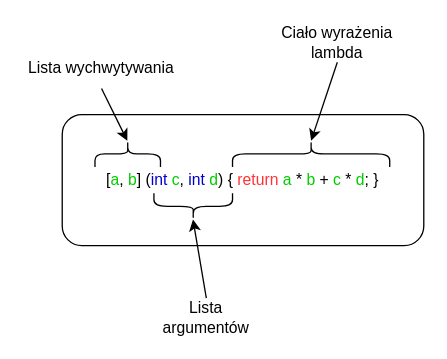
Earlier version of the draw.io diagram page "Strona-1" (1 of 3) of static/img/tutorials/course/intermediate/lambdas/Lambdas_pl.drawio (Cpp4You/CppLangNet). Source tidied: cells renumbered, new cells numbered last; positions are measured from the earlier drawing's top-left corner, leaving out a move shared by most shapes. Both pictures are drawn from the tidied source at 131%, with x=0, y=0 at pixel (22, 22).
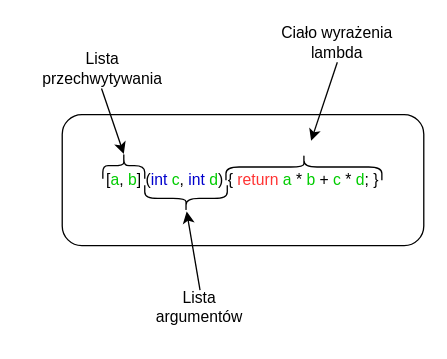
Above is the later version.

Change to the diagram source:
```diff
@@
 <mxGraphModel>
   <root>
     <mxCell id="0" />
     <mxCell id="1" parent="0" />
     <mxCell id="2" value="[&lt;font color=&quot;#00cc00&quot;&gt;a&lt;/font&gt;, &lt;font color=&quot;#00cc00&quot;&gt;b&lt;/font&gt;] (&lt;font color=&quot;#0000cc&quot;&gt;int&lt;/font&gt; &lt;font color=&quot;#00cc00&quot;&gt;c&lt;/font&gt;, &lt;font color=&quot;#0000cc&quot;&gt;int&lt;/font&gt; &lt;font color=&quot;#00cc00&quot;&gt;d&lt;/font&gt;) { &lt;font color=&quot;#ff3333&quot;&gt;return&lt;/font&gt; &lt;font color=&quot;#00cc00&quot;&gt;a&lt;/font&gt; * &lt;font color=&quot;#00cc00&quot;&gt;b&lt;/font&gt; + &lt;font color=&quot;#00cc00&quot;&gt;c&lt;/font&gt; * &lt;font color=&quot;#00cc00&quot;&gt;d&lt;/font&gt;; }" style="rounded=1;whiteSpace=wrap;html=1;" parent="1" vertex="1">
       <mxGeometry x="30" y="70" width="276" height="100" as="geometry" />
     </mxCell>
     <mxCell id="3" style="curved=1;endArrow=classic;html=1;rounded=0;fontColor=#FF3333;" parent="1" edge="1">
       <mxGeometry relative="1" as="geometry">
-        <mxPoint x="140" y="210" as="sourcePoint" />
-        <mxPoint x="129.8" y="150" as="targetPoint" />
+        <mxPoint x="135.2" y="204" as="sourcePoint" />
+        <mxPoint x="125" y="144" as="targetPoint" />
       </mxGeometry>
     </mxCell>
     <mxCell id="4" style="shape=curlyBracket;whiteSpace=wrap;html=1;rounded=1;flipH=1;fontColor=#FF3333;rotation=90;size=0.5;" parent="1" vertex="1">
-      <mxGeometry x="120" y="110" width="20" height="60" as="geometry" />
+      <mxGeometry x="114.5" y="102.5" width="20" height="63" as="geometry" />
     </mxCell>
     <mxCell id="5" style="shape=curlyBracket;whiteSpace=wrap;html=1;rounded=1;fontColor=#FF3333;rotation=90;" parent="1" vertex="1">
-      <mxGeometry x="210" y="40" width="20" height="120" as="geometry" />
+      <mxGeometry x="204.5" y="50.5" width="20" height="119" as="geometry" />
     </mxCell>
     <mxCell id="6" style="curved=1;endArrow=classic;html=1;rounded=0;fontColor=#FF3333;" parent="1" edge="1">
       <mxGeometry relative="1" as="geometry">
         <mxPoint x="240" y="30" as="sourcePoint" />
         <mxPoint x="220" y="90" as="targetPoint" />
       </mxGeometry>
     </mxCell>
     <mxCell id="7" style="shape=curlyBracket;whiteSpace=wrap;html=1;rounded=1;rotation=90;" parent="1" vertex="1">
-      <mxGeometry x="70" y="75" width="20" height="50" as="geometry" />
+      <mxGeometry x="67" y="93" width="20" height="32" as="geometry" />
     </mxCell>
-    <mxCell id="8" style="curved=1;endArrow=classic;html=1;rounded=0;exitX=0.5;exitY=1;exitDx=0;exitDy=0;" parent="1" edge="1" source="9">
+    <mxCell id="8" style="curved=1;endArrow=classic;html=1;rounded=0;" parent="1" edge="1">
       <mxGeometry relative="1" as="geometry">
-        <mxPoint x="79.7" y="90" as="targetPoint" />
+        <mxPoint x="60" y="50" as="sourcePoint" />
+        <mxPoint x="77" y="100" as="targetPoint" />
       </mxGeometry>
     </mxCell>
-    <mxCell id="9" value="Lista wychwytywania" style="text;html=1;strokeColor=none;fillColor=none;align=center;verticalAlign=middle;whiteSpace=wrap;rounded=0;" parent="1" vertex="1">
-      <mxGeometry y="20" width="120" height="30" as="geometry" />
+    <mxCell id="9" value="Lista przechwytywania" style="text;html=1;strokeColor=none;fillColor=none;align=center;verticalAlign=middle;whiteSpace=wrap;rounded=0;" parent="1" vertex="1">
+      <mxGeometry x="1" y="20" width="120" height="30" as="geometry" />
     </mxCell>
     <mxCell id="10" value="Ciało wyrażenia lambda" style="text;html=1;strokeColor=none;fillColor=none;align=center;verticalAlign=middle;whiteSpace=wrap;rounded=0;" parent="1" vertex="1">
       <mxGeometry x="190" width="100" height="30" as="geometry" />
     </mxCell>
     <mxCell id="11" value="Lista argumentów" style="text;html=1;strokeColor=none;fillColor=none;align=center;verticalAlign=middle;whiteSpace=wrap;rounded=0;" parent="1" vertex="1">
-      <mxGeometry x="110" y="210" width="60" height="30" as="geometry" />
+      <mxGeometry x="105" y="202" width="60" height="30" as="geometry" />
     </mxCell>
   </root>
 </mxGraphModel>
```
